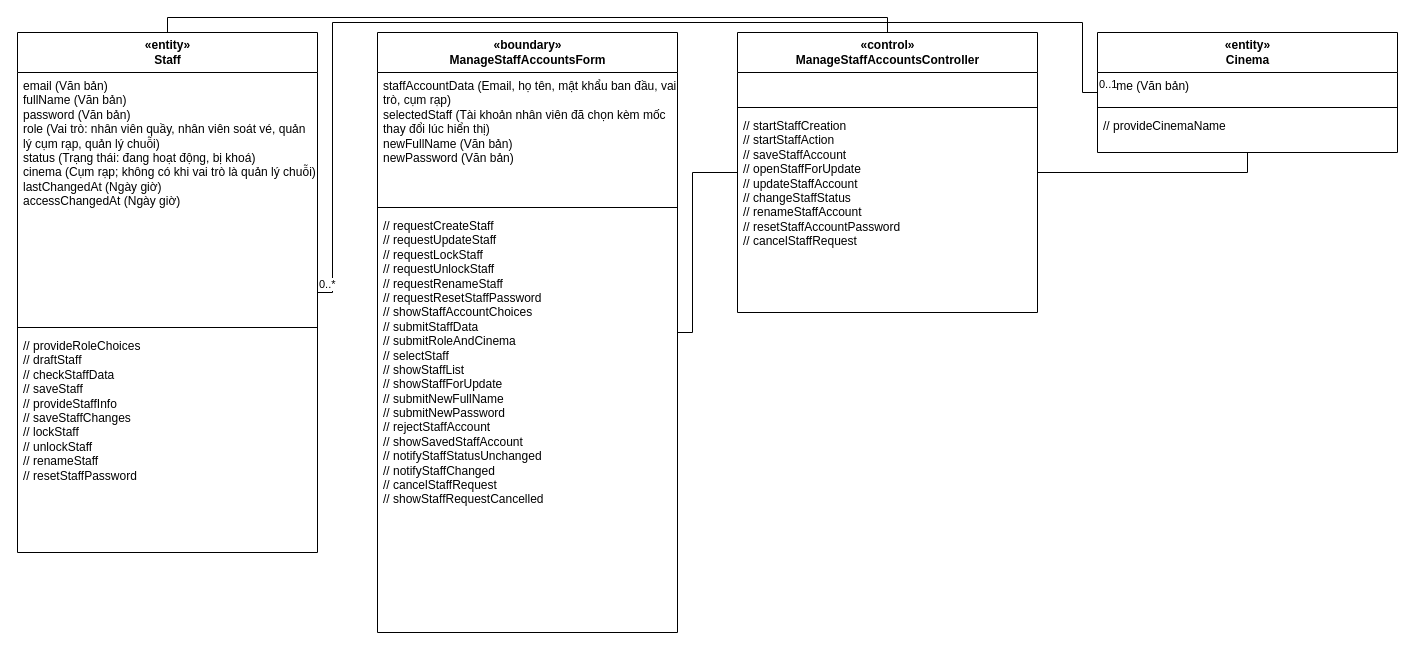
This is design/diagrams/P07-class-UC-017.drawio from luytbq/app-dat-ve-xem-phim, a draw.io file, before an edit. Source tidied: cells renumbered, new cells numbered last; positions are measured from the earlier drawing's top-left corner, leaving out a move shared by most shapes. Both pictures are drawn from the tidied source at 100%, with x=0, y=0 at pixel (17, 17).
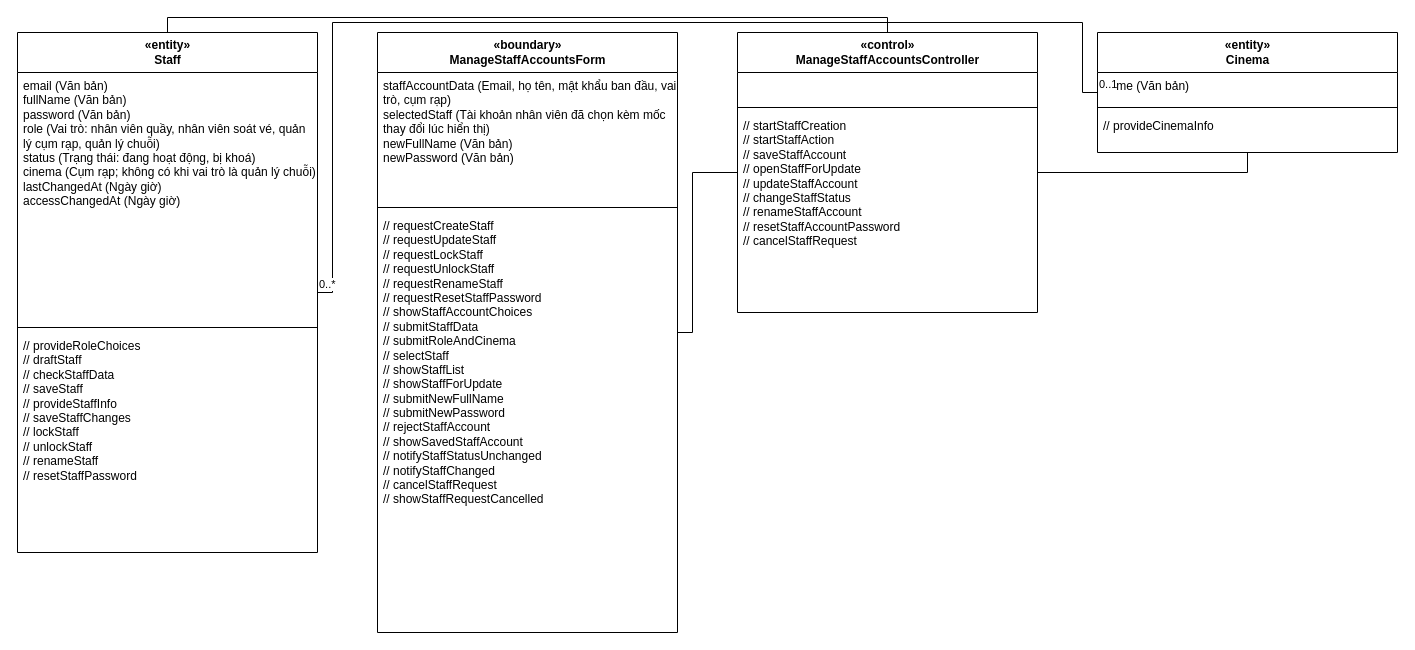
The same diagram, later.

Unchanged cells that the change refers to:
```xml
<mxCell id="14" value="«entity»&lt;br&gt;Cinema" style="swimlane;fontStyle=1;align=center;horizontal=1;startSize=40;html=1;" parent="1" vertex="1">
  <mxGeometry x="1080" y="15" width="300" height="120" as="geometry" />
</mxCell>
```

Diff of the diagram source:
```diff
@@
-    <mxCell id="17" value="// provideCinemaName" style="text;strokeColor=none;fillColor=none;align=left;verticalAlign=top;spacingLeft=4;html=1;whiteSpace=wrap;" parent="14" vertex="1">
+    <mxCell id="17" value="// provideCinemaInfo" style="text;strokeColor=none;fillColor=none;align=left;verticalAlign=top;spacingLeft=4;html=1;whiteSpace=wrap;" parent="14" vertex="1">
       <mxGeometry y="80" width="300" height="40" as="geometry" />
     </mxCell>
```
